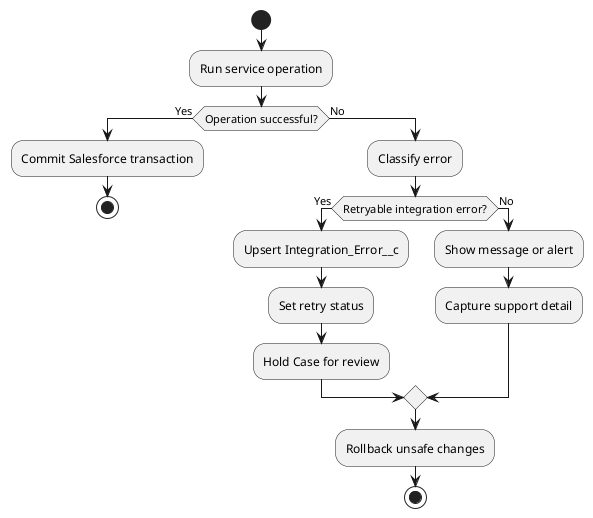
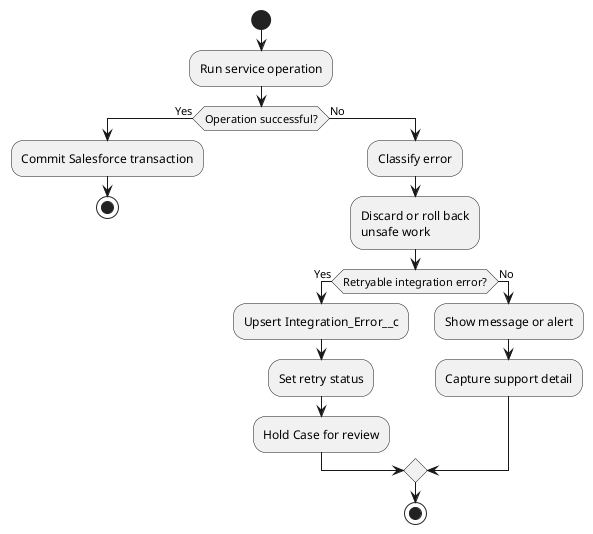
@startuml
start

:Run service operation;

if (Operation successful?) then (Yes)
  :Commit Salesforce transaction;
  stop
else (No)
  :Classify error;
+   :Discard or roll back\nunsafe work;
  if (Retryable integration error?) then (Yes)
    :Upsert Integration_Error__c;
    :Set retry status;
    :Hold Case for review;
  else (No)
    :Show message or alert;
    :Capture support detail;
  endif
-   :Rollback unsafe changes;
  stop
endif

@enduml
